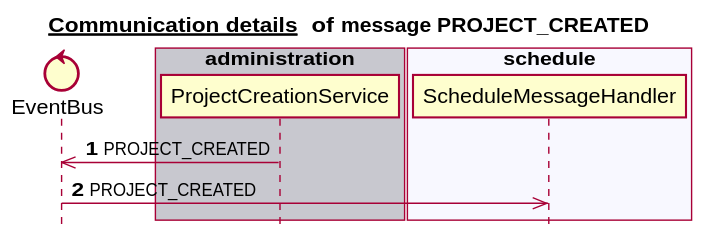
Above: docs/latest/images/gen_domain_messaging_project_created.svg in mercedes-benz/sechub (PlantUML), before the change.
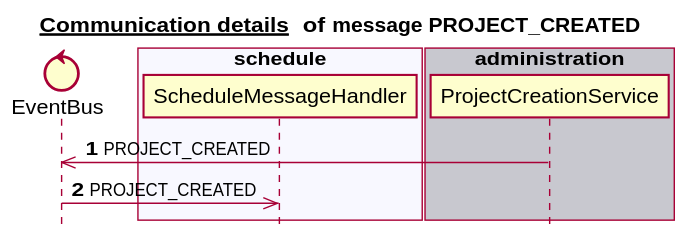
Above is the later version.

Diff of the diagram source:
```diff
@@ -6,17 +6,17 @@
 
 
 control EventBus
-box "notification" #C8C8CF
-end box
-box "authorization" #F8F8FF
-end box
-box "administration" #C8C8CF
-   participant ProjectCreationService
+box "scan" #C8C8CF
 end box
 box "schedule" #F8F8FF
    participant ScheduleMessageHandler
 end box
-box "scan" #C8C8CF
+box "authorization" #C8C8CF
+end box
+box "notification" #F8F8FF
+end box
+box "administration" #C8C8CF
+   participant ProjectCreationService
 end box
 autonumber 1
 ProjectCreationService ->> EventBus:PROJECT_CREATED
```
